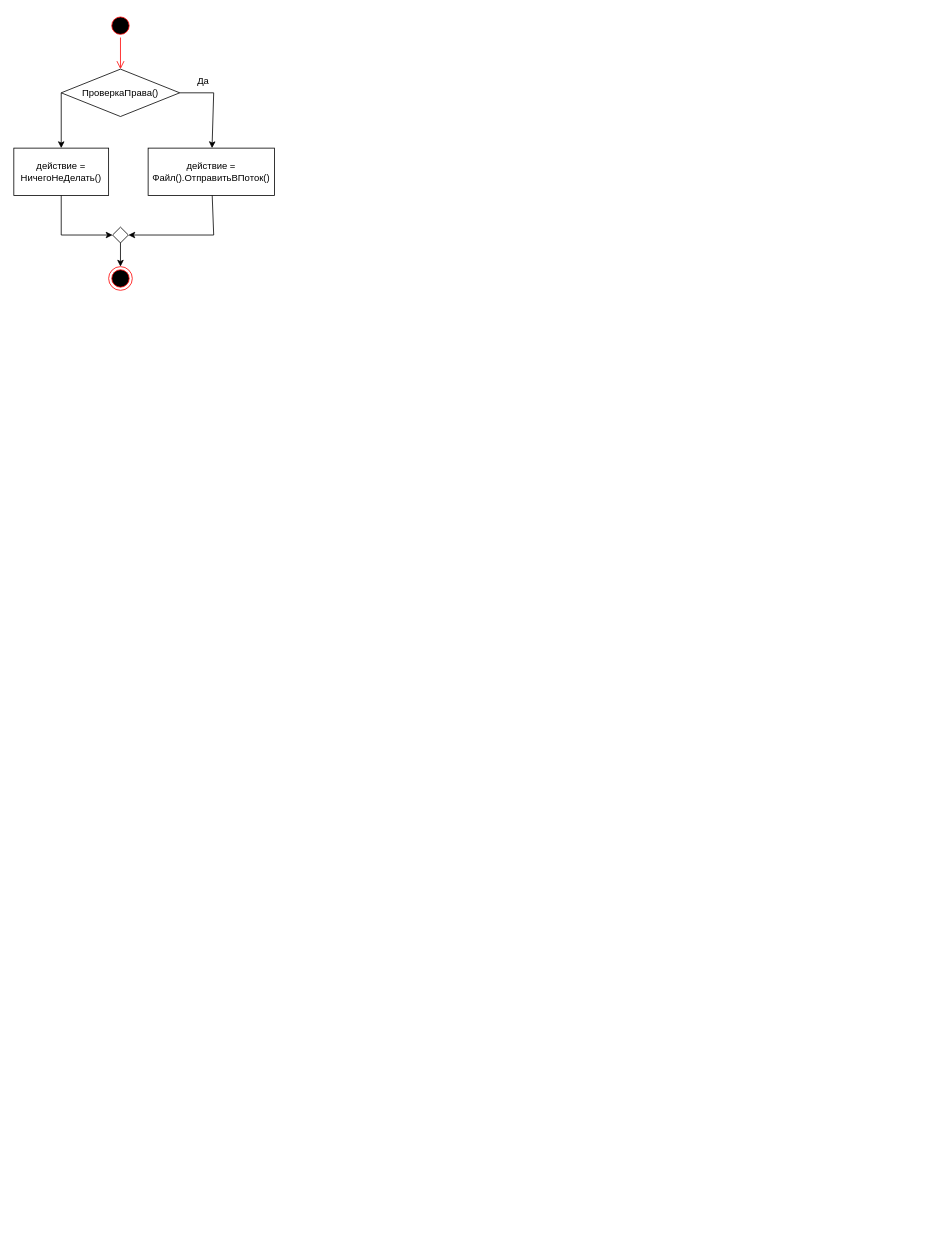
Above: ТОАУ/ЛР2/5 2.drawio in eldarian-1/pstu (draw.io), before the change. Source tidied: cells renumbered, new cells numbered last; positions are measured from the earlier drawing's top-left corner, leaving out a move shared by most shapes. Both pictures are drawn from the tidied source at 79%, with x=0, y=0 at pixel (13, 13).
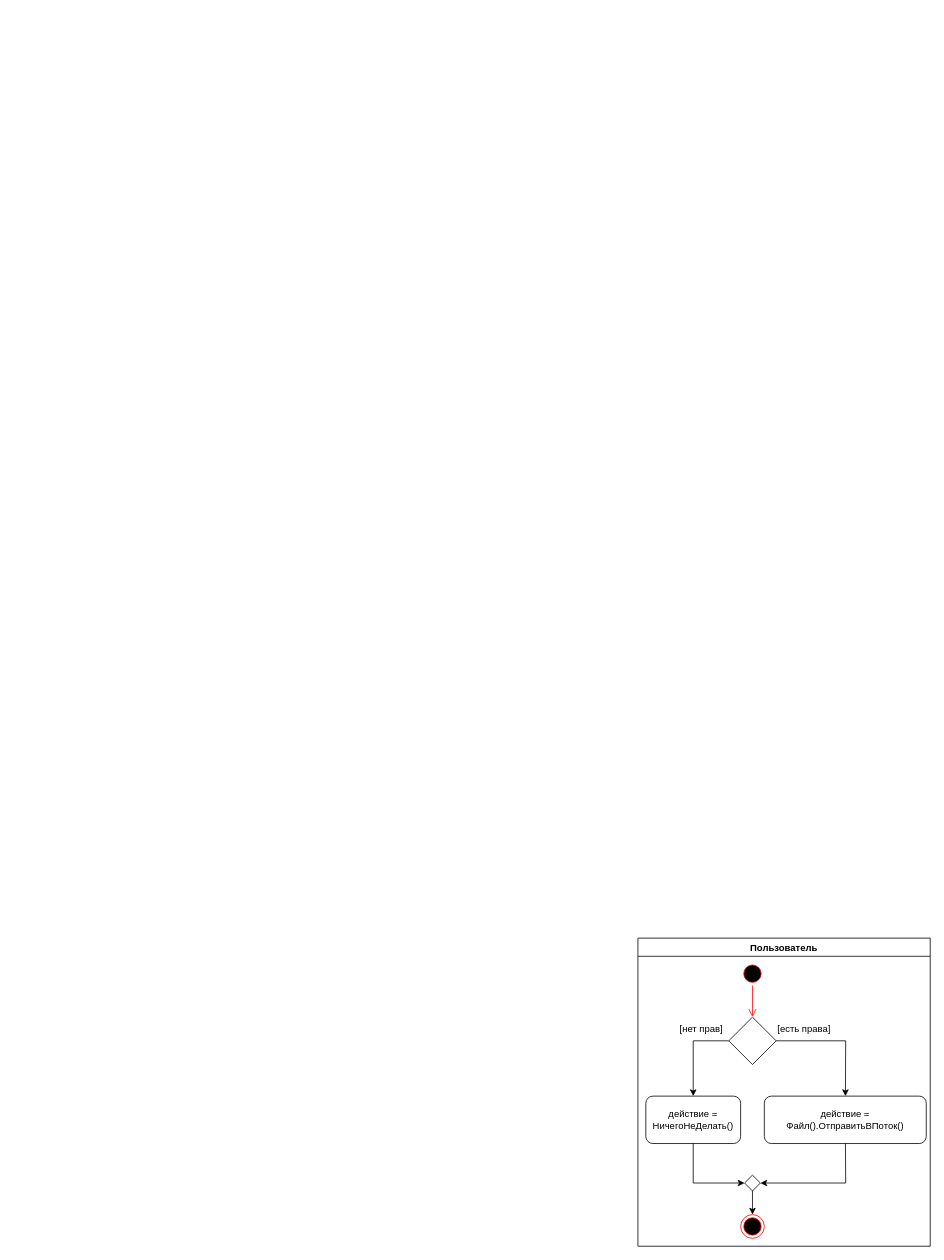
Above is the later version.

Change to the diagram source:
```diff
@@
-    <mxCell id="2" style="ellipse;html=1;shape=startState;fillColor=#000000;strokeColor=#ff0000;" parent="1" vertex="1">
-      <mxGeometry x="120" width="30" height="30" as="geometry" />
-    </mxCell>
-    <mxCell id="3" style="edgeStyle=orthogonalEdgeStyle;html=1;verticalAlign=bottom;endArrow=open;endSize=8;strokeColor=#ff0000;rounded=0;" parent="1" edge="1" source="2" target="7">
-      <mxGeometry relative="1" as="geometry" />
-    </mxCell>
+    <mxCell id="15" value="Пользователь" style="swimlane;" parent="1" vertex="1">
+      <mxGeometry x="790" y="1170" width="370" height="390" as="geometry" />
+    </mxCell>
+    <mxCell id="16" style="ellipse;html=1;shape=startState;fillColor=#000000;strokeColor=#ff0000;" parent="15" vertex="1">
+      <mxGeometry x="130" y="30" width="30" height="30" as="geometry" />
+    </mxCell>
+    <mxCell id="17" style="edgeStyle=orthogonalEdgeStyle;html=1;verticalAlign=bottom;endArrow=open;endSize=8;strokeColor=#ff0000;rounded=0;" parent="15" edge="1" source="16" target="20">
+      <mxGeometry relative="1" as="geometry" />
+    </mxCell>
-    <mxCell id="4" value="действие = Файл().ОтправитьВПоток()" style="rounded=0;whiteSpace=wrap;html=1;" parent="1" vertex="1">
-      <mxGeometry x="170" y="170" width="160" height="60" as="geometry" />
+    <mxCell id="4" value="действие = Файл().ОтправитьВПоток()" style="rounded=1;whiteSpace=wrap;html=1;" parent="15" vertex="1">
+      <mxGeometry x="160" y="200" width="205" height="60" as="geometry" />
     </mxCell>
-    <mxCell id="5" style="ellipse;html=1;shape=endState;fillColor=#000000;strokeColor=#ff0000;" parent="1" vertex="1">
-      <mxGeometry x="120" y="320" width="30" height="30" as="geometry" />
-    </mxCell>
-    <mxCell id="6" style="endArrow=classic;html=1;rounded=0;entryX=1;entryY=0.5;entryDx=0;entryDy=0;" parent="1" edge="1" source="4" target="12">
-      <mxGeometry relative="1" as="geometry">
-        <Array as="points">
-          <mxPoint x="253" y="280" />
-        </Array>
-      </mxGeometry>
-    </mxCell>
-    <mxCell id="7" value="ПроверкаПрава()" style="rhombus;whiteSpace=wrap;html=1;" parent="1" vertex="1">
-      <mxGeometry x="60" y="70" width="150" height="60" as="geometry" />
-    </mxCell>
-    <mxCell id="8" style="endArrow=classic;html=1;rounded=0;exitX=1;exitY=0.5;exitDx=0;exitDy=0;" parent="1" edge="1" source="7" target="4">
-      <mxGeometry relative="1" as="geometry">
-        <Array as="points">
-          <mxPoint x="253" y="100" />
-        </Array>
-      </mxGeometry>
-    </mxCell>
+    <mxCell id="18" style="ellipse;html=1;shape=endState;fillColor=#000000;strokeColor=#ff0000;" parent="15" vertex="1">
+      <mxGeometry x="130" y="350" width="30" height="30" as="geometry" />
+    </mxCell>
+    <mxCell id="19" style="endArrow=classic;html=1;rounded=0;entryX=1;entryY=0.5;entryDx=0;entryDy=0;" parent="15" edge="1" source="4" target="23">
+      <mxGeometry relative="1" as="geometry">
+        <Array as="points">
+          <mxPoint x="263" y="310" />
+        </Array>
+      </mxGeometry>
+    </mxCell>
+    <mxCell id="20" style="rhombus;whiteSpace=wrap;html=1;" parent="15" vertex="1">
+      <mxGeometry x="115" y="100" width="60" height="60" as="geometry" />
+    </mxCell>
+    <mxCell id="21" style="endArrow=classic;html=1;rounded=0;exitX=1;exitY=0.5;exitDx=0;exitDy=0;" parent="15" edge="1" source="20" target="4">
+      <mxGeometry relative="1" as="geometry">
+        <Array as="points">
+          <mxPoint x="263" y="130" />
+        </Array>
+      </mxGeometry>
+    </mxCell>
-    <mxCell id="9" value="действие = НичегоНеДелать()" style="rounded=0;whiteSpace=wrap;html=1;" parent="1" vertex="1">
-      <mxGeometry y="170" width="120" height="60" as="geometry" />
+    <mxCell id="9" value="действие = НичегоНеДелать()" style="rounded=1;whiteSpace=wrap;html=1;" parent="15" vertex="1">
+      <mxGeometry x="10" y="200" width="120" height="60" as="geometry" />
     </mxCell>
-    <mxCell id="10" style="endArrow=classic;html=1;rounded=0;exitX=0;exitY=0.5;exitDx=0;exitDy=0;" parent="1" edge="1" source="7" target="9">
-      <mxGeometry relative="1" as="geometry" />
-    </mxCell>
-    <mxCell id="11" value="Да" style="text;html=1;strokeColor=none;fillColor=none;align=center;verticalAlign=middle;whiteSpace=wrap;rounded=0;" parent="1" vertex="1">
-      <mxGeometry x="210" y="70" width="60" height="30" as="geometry" />
-    </mxCell>
-    <mxCell id="12" style="rhombus;whiteSpace=wrap;html=1;" parent="1" vertex="1">
-      <mxGeometry x="125" y="270" width="20" height="20" as="geometry" />
-    </mxCell>
-    <mxCell id="13" style="endArrow=classic;html=1;rounded=0;entryX=0;entryY=0.5;entryDx=0;entryDy=0;" parent="1" edge="1" source="9" target="12">
-      <mxGeometry relative="1" as="geometry">
-        <Array as="points">
-          <mxPoint x="60" y="280" />
-        </Array>
-      </mxGeometry>
-    </mxCell>
-    <mxCell id="14" style="endArrow=classic;html=1;rounded=0;exitX=0.5;exitY=1;exitDx=0;exitDy=0;" parent="1" edge="1" source="12" target="5">
-      <mxGeometry relative="1" as="geometry" />
-    </mxCell>
+    <mxCell id="22" style="endArrow=classic;html=1;rounded=0;exitX=0;exitY=0.5;exitDx=0;exitDy=0;" parent="15" edge="1" source="20" target="9">
+      <mxGeometry relative="1" as="geometry">
+        <Array as="points">
+          <mxPoint x="70" y="130" />
+        </Array>
+      </mxGeometry>
+    </mxCell>
+    <mxCell id="23" style="rhombus;whiteSpace=wrap;html=1;" parent="15" vertex="1">
+      <mxGeometry x="135" y="300" width="20" height="20" as="geometry" />
+    </mxCell>
+    <mxCell id="24" style="endArrow=classic;html=1;rounded=0;entryX=0;entryY=0.5;entryDx=0;entryDy=0;" parent="15" edge="1" source="9" target="23">
+      <mxGeometry relative="1" as="geometry">
+        <Array as="points">
+          <mxPoint x="70" y="310" />
+        </Array>
+      </mxGeometry>
+    </mxCell>
+    <mxCell id="25" style="endArrow=classic;html=1;rounded=0;exitX=0.5;exitY=1;exitDx=0;exitDy=0;" parent="15" edge="1" source="23" target="18">
+      <mxGeometry relative="1" as="geometry" />
+    </mxCell>
+    <mxCell id="26" value="[нет прав]" style="text;html=1;align=center;verticalAlign=middle;strokeColor=none;fillColor=none;" parent="15" vertex="1">
+      <mxGeometry x="45" y="105" width="70" height="20" as="geometry" />
+    </mxCell>
+    <mxCell id="27" value="[есть права]" style="text;html=1;align=center;verticalAlign=middle;strokeColor=none;fillColor=none;" parent="15" vertex="1">
+      <mxGeometry x="170" y="105" width="80" height="20" as="geometry" />
+    </mxCell>
```
